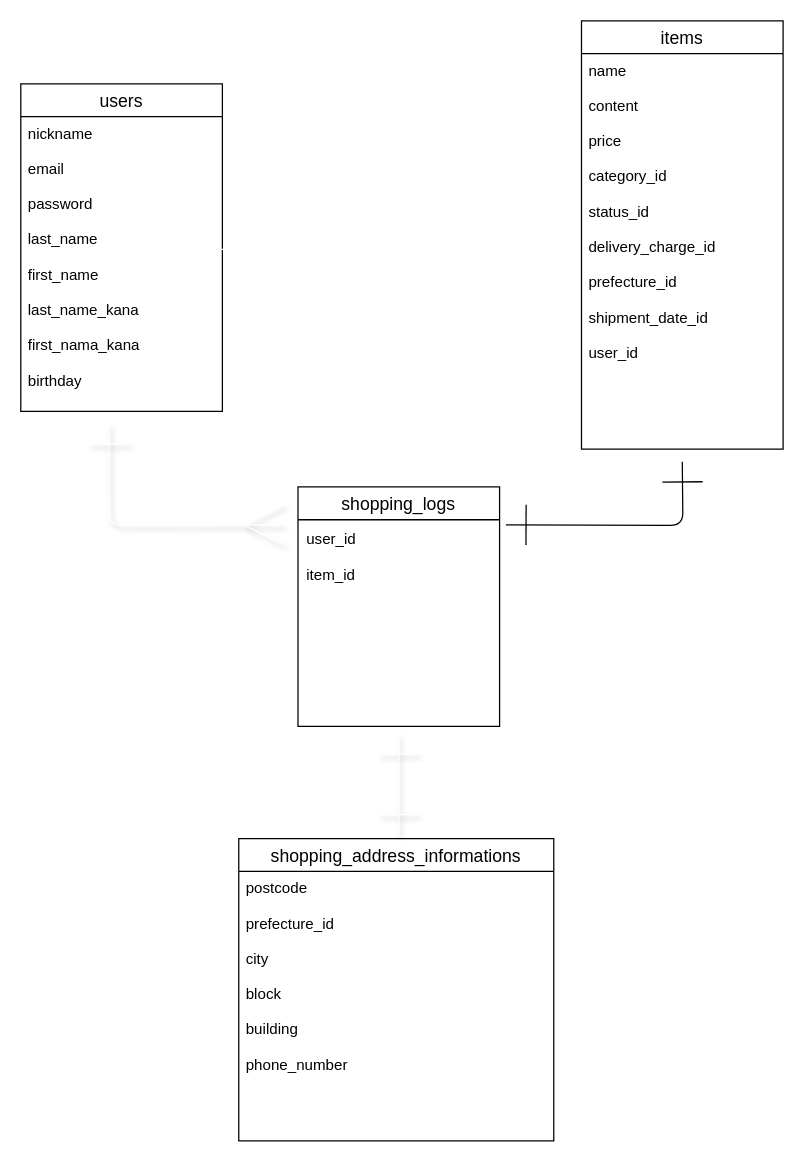
Koba-Qin-GitHub/furima-29430 keeps this draw.io diagram as er.dio. Above is the earlier version. Source tidied: cells renumbered, new cells numbered last; positions are measured from the earlier drawing's top-left corner, leaving out a move shared by most shapes. Both pictures are drawn from the tidied source at 126%, with x=0, y=0 at pixel (20, 20).
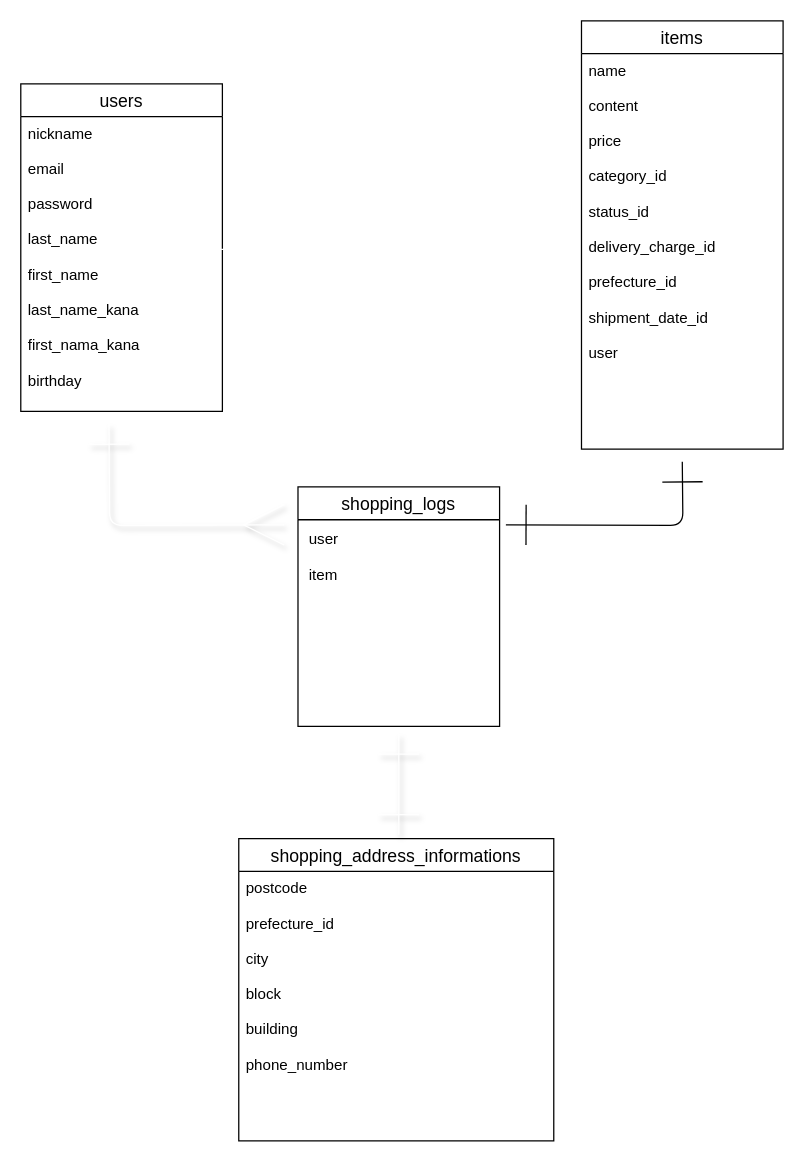
After the change.

Commit message:
データベース設計　修正３回目

What changed in the source:
```diff
@@
 <mxGraphModel>
   <root>
     <mxCell id="0" />
     <mxCell id="1" parent="0" />
     <mxCell id="2" value="users" style="swimlane;fontStyle=0;horizontal=1;startSize=26;align=center;fontSize=14;" parent="1" vertex="1">
       <mxGeometry y="50" width="160" height="260" as="geometry" />
     </mxCell>
     <mxCell id="3" value="nickname&#10;&#10;email&#10;&#10;password&#10;&#10;last_name&#10;&#10;first_name&#10;&#10;last_name_kana&#10;&#10;first_nama_kana&#10;&#10;birthday" style="text;strokeColor=none;fillColor=none;spacingLeft=4;spacingRight=4;overflow=hidden;fontSize=12;" parent="2" vertex="1">
       <mxGeometry y="26" width="160" height="234" as="geometry" />
     </mxCell>
     <mxCell id="4" value="items" style="swimlane;fontStyle=0;horizontal=1;startSize=26;align=center;fontSize=14;" parent="1" vertex="1">
       <mxGeometry x="445" width="160" height="340" as="geometry" />
     </mxCell>
-    <mxCell id="5" value="name&#10;&#10;content&#10;&#10;price&#10;&#10;category_id&#10;&#10;status_id&#10;&#10;delivery_charge_id&#10;&#10;prefecture_id&#10;&#10;shipment_date_id&#10;&#10;user_id&#10;" style="text;strokeColor=none;fillColor=none;spacingLeft=4;spacingRight=4;overflow=hidden;fontSize=12;" parent="4" vertex="1">
+    <mxCell id="5" value="name&#10;&#10;content&#10;&#10;price&#10;&#10;category_id&#10;&#10;status_id&#10;&#10;delivery_charge_id&#10;&#10;prefecture_id&#10;&#10;shipment_date_id&#10;&#10;user&#10;" style="text;strokeColor=none;fillColor=none;spacingLeft=4;spacingRight=4;overflow=hidden;fontSize=12;" parent="4" vertex="1">
       <mxGeometry y="26" width="160" height="314" as="geometry" />
     </mxCell>
     <mxCell id="6" value="shopping_address_informations" style="swimlane;fontStyle=0;horizontal=1;startSize=26;align=center;fontSize=14;" parent="1" vertex="1">
       <mxGeometry x="173" y="649" width="250" height="240" as="geometry" />
     </mxCell>
     <mxCell id="7" value="postcode&#10;&#10;prefecture_id&#10;&#10;city&#10;&#10;block&#10;&#10;building&#10;&#10;phone_number" style="text;strokeColor=none;fillColor=none;spacingLeft=4;spacingRight=4;overflow=hidden;fontSize=12;" parent="6" vertex="1">
       <mxGeometry y="26" width="250" height="214" as="geometry" />
     </mxCell>
     <mxCell id="8" style="edgeStyle=orthogonalEdgeStyle;html=1;strokeWidth=1;startArrow=ERone;startFill=0;endArrow=ERone;endFill=0;startSize=30;endSize=30;elbow=vertical;" parent="1" edge="1">
       <mxGeometry relative="1" as="geometry">
         <mxPoint x="385" y="400" as="sourcePoint" />
         <mxPoint x="525" y="350" as="targetPoint" />
       </mxGeometry>
     </mxCell>
     <mxCell id="9" style="edgeStyle=orthogonalEdgeStyle;html=1;strokeColor=#FFFFFF;strokeWidth=1;startArrow=ERmany;startFill=0;endArrow=ERone;endFill=0;startSize=30;endSize=30;elbow=vertical;shadow=1;" parent="1" edge="1">
       <mxGeometry relative="1" as="geometry">
         <mxPoint x="209" y="400" as="sourcePoint" />
         <mxPoint x="70" y="320" as="targetPoint" />
       </mxGeometry>
     </mxCell>
     <mxCell id="10" style="edgeStyle=none;html=1;shadow=1;strokeColor=#FFFFFF;strokeWidth=1;startArrow=ERone;startFill=0;endArrow=ERone;endFill=0;startSize=30;endSize=30;elbow=vertical;" parent="1" edge="1">
       <mxGeometry relative="1" as="geometry">
         <mxPoint x="300" y="566" as="sourcePoint" />
         <mxPoint x="300" y="646" as="targetPoint" />
       </mxGeometry>
     </mxCell>
     <mxCell id="11" value="shopping_logs" style="swimlane;fontStyle=0;horizontal=1;startSize=26;align=center;fontSize=14;" parent="1" vertex="1">
       <mxGeometry x="220" y="370" width="160" height="190" as="geometry" />
     </mxCell>
     <mxCell id="12" style="edgeStyle=none;html=1;entryX=-0.012;entryY=0.413;entryDx=0;entryDy=0;entryPerimeter=0;endArrow=ERmany;endFill=0;strokeWidth=1;fillColor=#f5f5f5;strokeColor=#FFFFFF;startArrow=ERone;startFill=0;endSize=30;startSize=30;" parent="1" edge="1">
       <mxGeometry relative="1" as="geometry">
         <mxPoint x="159" y="181.5" as="sourcePoint" />
         <mxPoint x="437.1" y="183" as="targetPoint" />
       </mxGeometry>
     </mxCell>
-    <mxCell id="13" value="user_id&#10;&#10;item_id" style="text;strokeColor=none;fillColor=none;spacingLeft=4;spacingRight=4;overflow=hidden;fontSize=12;" parent="1" vertex="1">
-      <mxGeometry x="221" y="398" width="160" height="162" as="geometry" />
+    <mxCell id="13" value="user&#10;&#10;item" style="text;strokeColor=none;fillColor=none;spacingLeft=4;spacingRight=4;overflow=hidden;fontSize=12;" parent="1" vertex="1">
+      <mxGeometry x="223" y="398" width="160" height="162" as="geometry" />
     </mxCell>
   </root>
 </mxGraphModel>
```
